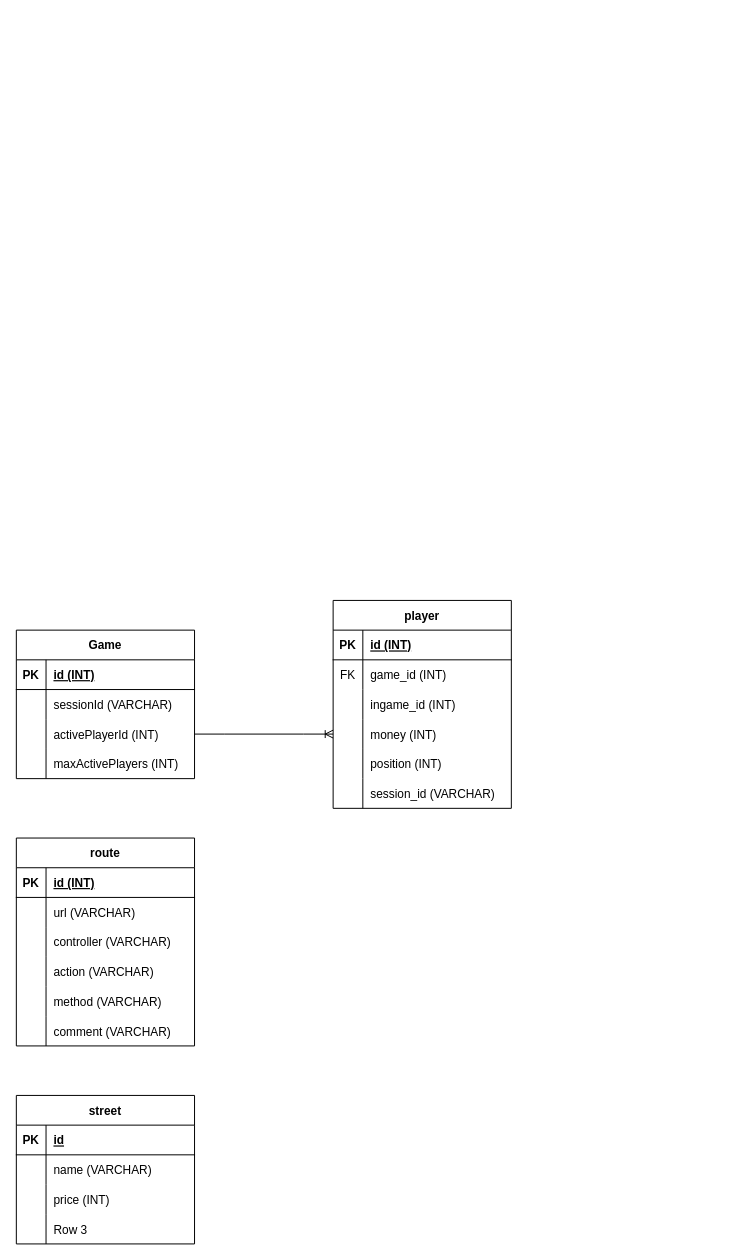
This is Doku/Datenbank.drawio from Fabi-M/GameOfThronesMonopoly, a draw.io file, before an edit. Source tidied: cells renumbered, new cells numbered last; positions are measured from the earlier drawing's top-left corner, leaving out a move shared by most shapes. Both pictures are drawn from the tidied source at 99%, with x=0, y=0 at pixel (16, 600).
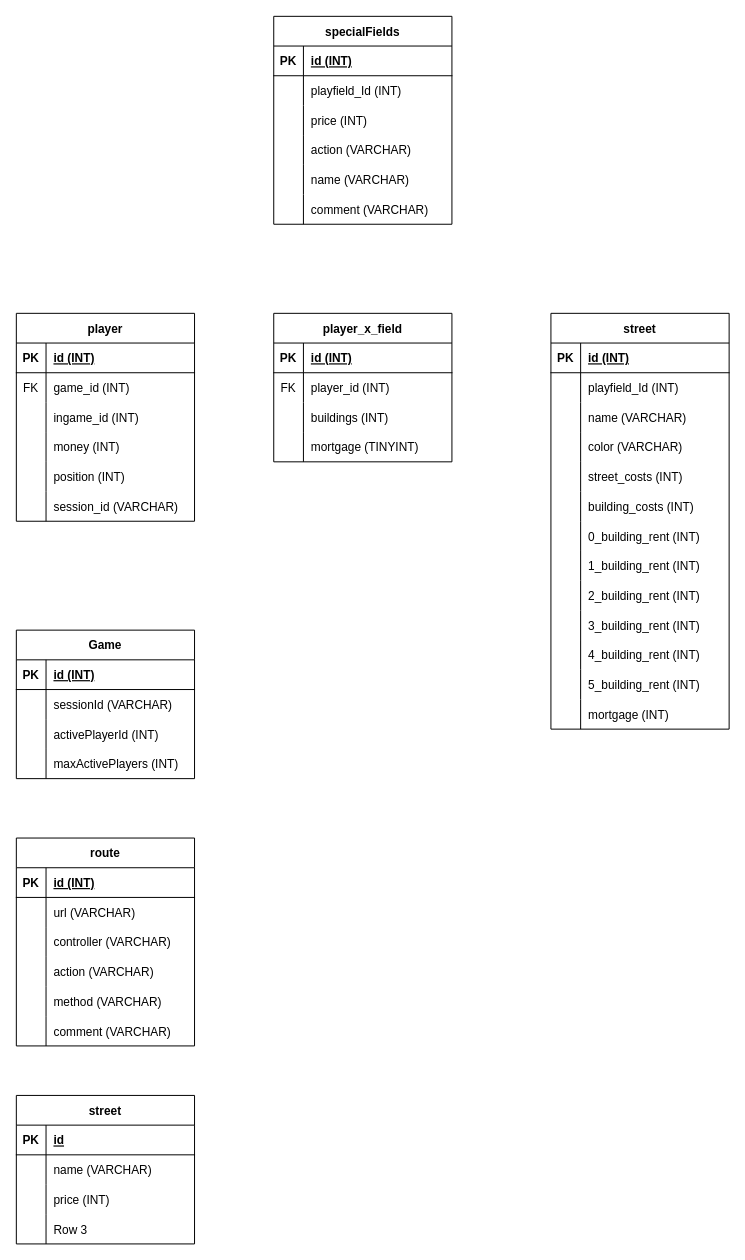
After the change.

Unchanged cells that the change refers to:
```xml
<mxCell id="9" style="shape=tableRow;horizontal=0;startSize=0;swimlaneHead=0;swimlaneBody=0;fillColor=none;points=[[0,0.5],[1,0.5]];portConstraint=eastwest;top=0;left=0;right=0;bottom=0;" parent="2" vertex="1">
  <mxGeometry y="90" width="180" height="30" as="geometry" />
</mxCell>
<mxCell id="25" style="shape=tableRow;horizontal=0;startSize=0;swimlaneHead=0;swimlaneBody=0;fillColor=none;points=[[0,0.5],[1,0.5]];portConstraint=eastwest;top=0;left=0;right=0;bottom=0;" parent="15" vertex="1">
  <mxGeometry y="120" width="180" height="30" as="geometry" />
</mxCell>
```

Change to the diagram source:
```diff
@@
     <mxCell id="15" value="player" style="shape=table;startSize=30;childLayout=tableLayout;rowLines=0;fontStyle=1;align=center;" parent="1" vertex="1">
-      <mxGeometry x="320" width="180" height="210" as="geometry" />
+      <mxGeometry y="-290" width="180" height="210" as="geometry" />
     </mxCell>
@@
-    <mxCell id="66" style="edgeStyle=entityRelationEdgeStyle;fontSize=12;html=1;endArrow=ERoneToMany;rounded=0;exitX=1;exitY=0.5;exitDx=0;exitDy=0;entryX=0;entryY=0.5;entryDx=0;entryDy=0;" parent="1" edge="1" source="9" target="25">
-      <mxGeometry relative="1" as="geometry" />
-    </mxCell>
+    <mxCell id="67" value="street" style="shape=table;startSize=30;childLayout=tableLayout;rowLines=0;fontStyle=1;align=center;" parent="1" vertex="1">
+      <mxGeometry x="540" y="-290" width="180" height="420" as="geometry" />
+    </mxCell>
+    <mxCell id="68" style="shape=tableRow;horizontal=0;startSize=0;swimlaneHead=0;swimlaneBody=0;fillColor=none;top=0;left=0;right=0;bottom=1;" parent="67" vertex="1">
+      <mxGeometry y="30" width="180" height="30" as="geometry" />
+    </mxCell>
+    <mxCell id="69" value="PK" style="shape=partialRectangle;fillColor=none;top=0;left=0;bottom=0;right=0;fontStyle=1;overflow=hidden;" parent="68" vertex="1">
+      <mxGeometry width="30" height="30" as="geometry" />
+    </mxCell>
+    <mxCell id="70" value="id (INT)" style="shape=partialRectangle;fillColor=none;top=0;left=0;bottom=0;right=0;align=left;spacingLeft=6;fontStyle=5;overflow=hidden;" parent="68" vertex="1">
+      <mxGeometry x="30" width="150" height="30" as="geometry" />
+    </mxCell>
+    <mxCell id="71" style="shape=tableRow;horizontal=0;startSize=0;swimlaneHead=0;swimlaneBody=0;fillColor=none;top=0;left=0;right=0;bottom=0;" parent="67" vertex="1">
+      <mxGeometry y="60" width="180" height="30" as="geometry" />
+    </mxCell>
+    <mxCell id="72" style="shape=partialRectangle;fillColor=none;top=0;left=0;bottom=0;right=0;overflow=hidden;" parent="71" vertex="1">
+      <mxGeometry width="30" height="30" as="geometry" />
+    </mxCell>
+    <mxCell id="73" value="playfield_Id (INT)" style="shape=partialRectangle;fillColor=none;top=0;left=0;bottom=0;right=0;align=left;spacingLeft=6;overflow=hidden;" parent="71" vertex="1">
+      <mxGeometry x="30" width="150" height="30" as="geometry" />
+    </mxCell>
+    <mxCell id="74" style="shape=tableRow;horizontal=0;startSize=0;swimlaneHead=0;swimlaneBody=0;fillColor=none;top=0;left=0;right=0;bottom=0;" parent="67" vertex="1">
+      <mxGeometry y="90" width="180" height="30" as="geometry" />
+    </mxCell>
+    <mxCell id="75" style="shape=partialRectangle;fillColor=none;top=0;left=0;bottom=0;right=0;overflow=hidden;" parent="74" vertex="1">
+      <mxGeometry width="30" height="30" as="geometry" />
+    </mxCell>
+    <mxCell id="76" value="name (VARCHAR)" style="shape=partialRectangle;fillColor=none;top=0;left=0;bottom=0;right=0;align=left;spacingLeft=6;overflow=hidden;" parent="74" vertex="1">
+      <mxGeometry x="30" width="150" height="30" as="geometry" />
+    </mxCell>
+    <mxCell id="77" style="shape=tableRow;horizontal=0;startSize=0;swimlaneHead=0;swimlaneBody=0;fillColor=none;top=0;left=0;right=0;bottom=0;" parent="67" vertex="1">
+      <mxGeometry y="120" width="180" height="30" as="geometry" />
+    </mxCell>
+    <mxCell id="78" style="shape=partialRectangle;fillColor=none;top=0;left=0;bottom=0;right=0;overflow=hidden;" parent="77" vertex="1">
+      <mxGeometry width="30" height="30" as="geometry" />
+    </mxCell>
+    <mxCell id="79" value="color (VARCHAR)" style="shape=partialRectangle;fillColor=none;top=0;left=0;bottom=0;right=0;align=left;spacingLeft=6;overflow=hidden;" parent="77" vertex="1">
+      <mxGeometry x="30" width="150" height="30" as="geometry" />
+    </mxCell>
+    <mxCell id="80" style="shape=tableRow;horizontal=0;startSize=0;swimlaneHead=0;swimlaneBody=0;fillColor=none;top=0;left=0;right=0;bottom=0;" parent="67" vertex="1">
+      <mxGeometry y="150" width="180" height="30" as="geometry" />
+    </mxCell>
+    <mxCell id="81" style="shape=partialRectangle;fillColor=none;top=0;left=0;bottom=0;right=0;overflow=hidden;" parent="80" vertex="1">
+      <mxGeometry width="30" height="30" as="geometry" />
+    </mxCell>
+    <mxCell id="82" value="street_costs (INT)" style="shape=partialRectangle;fillColor=none;top=0;left=0;bottom=0;right=0;align=left;spacingLeft=6;overflow=hidden;" parent="80" vertex="1">
+      <mxGeometry x="30" width="150" height="30" as="geometry" />
+    </mxCell>
+    <mxCell id="83" style="shape=tableRow;horizontal=0;startSize=0;swimlaneHead=0;swimlaneBody=0;fillColor=none;top=0;left=0;right=0;bottom=0;" parent="67" vertex="1">
+      <mxGeometry y="180" width="180" height="30" as="geometry" />
+    </mxCell>
+    <mxCell id="84" style="shape=partialRectangle;fillColor=none;top=0;left=0;bottom=0;right=0;overflow=hidden;" parent="83" vertex="1">
+      <mxGeometry width="30" height="30" as="geometry" />
+    </mxCell>
+    <mxCell id="85" value="building_costs (INT)" style="shape=partialRectangle;fillColor=none;top=0;left=0;bottom=0;right=0;align=left;spacingLeft=6;overflow=hidden;" parent="83" vertex="1">
+      <mxGeometry x="30" width="150" height="30" as="geometry" />
+    </mxCell>
+    <mxCell id="86" style="shape=tableRow;horizontal=0;startSize=0;swimlaneHead=0;swimlaneBody=0;fillColor=none;top=0;left=0;right=0;bottom=0;" parent="67" vertex="1">
+      <mxGeometry y="210" width="180" height="30" as="geometry" />
+    </mxCell>
+    <mxCell id="87" style="shape=partialRectangle;fillColor=none;top=0;left=0;bottom=0;right=0;overflow=hidden;" parent="86" vertex="1">
+      <mxGeometry width="30" height="30" as="geometry" />
+    </mxCell>
+    <mxCell id="88" value="0_building_rent (INT)" style="shape=partialRectangle;fillColor=none;top=0;left=0;bottom=0;right=0;align=left;spacingLeft=6;overflow=hidden;" parent="86" vertex="1">
+      <mxGeometry x="30" width="150" height="30" as="geometry" />
+    </mxCell>
+    <mxCell id="89" style="shape=tableRow;horizontal=0;startSize=0;swimlaneHead=0;swimlaneBody=0;fillColor=none;top=0;left=0;right=0;bottom=0;" parent="67" vertex="1">
+      <mxGeometry y="240" width="180" height="30" as="geometry" />
+    </mxCell>
+    <mxCell id="90" style="shape=partialRectangle;fillColor=none;top=0;left=0;bottom=0;right=0;overflow=hidden;" parent="89" vertex="1">
+      <mxGeometry width="30" height="30" as="geometry" />
+    </mxCell>
+    <mxCell id="91" value="1_building_rent (INT)" style="shape=partialRectangle;fillColor=none;top=0;left=0;bottom=0;right=0;align=left;spacingLeft=6;overflow=hidden;" parent="89" vertex="1">
+      <mxGeometry x="30" width="150" height="30" as="geometry" />
+    </mxCell>
+    <mxCell id="92" style="shape=tableRow;horizontal=0;startSize=0;swimlaneHead=0;swimlaneBody=0;fillColor=none;top=0;left=0;right=0;bottom=0;" parent="67" vertex="1">
+      <mxGeometry y="270" width="180" height="30" as="geometry" />
+    </mxCell>
+    <mxCell id="93" style="shape=partialRectangle;fillColor=none;top=0;left=0;bottom=0;right=0;overflow=hidden;" parent="92" vertex="1">
+      <mxGeometry width="30" height="30" as="geometry" />
+    </mxCell>
+    <mxCell id="94" value="2_building_rent (INT)" style="shape=partialRectangle;fillColor=none;top=0;left=0;bottom=0;right=0;align=left;spacingLeft=6;overflow=hidden;" parent="92" vertex="1">
+      <mxGeometry x="30" width="150" height="30" as="geometry" />
+    </mxCell>
+    <mxCell id="95" style="shape=tableRow;horizontal=0;startSize=0;swimlaneHead=0;swimlaneBody=0;fillColor=none;top=0;left=0;right=0;bottom=0;" parent="67" vertex="1">
+      <mxGeometry y="300" width="180" height="30" as="geometry" />
+    </mxCell>
+    <mxCell id="96" style="shape=partialRectangle;fillColor=none;top=0;left=0;bottom=0;right=0;overflow=hidden;" parent="95" vertex="1">
+      <mxGeometry width="30" height="30" as="geometry" />
+    </mxCell>
+    <mxCell id="97" value="3_building_rent (INT)" style="shape=partialRectangle;fillColor=none;top=0;left=0;bottom=0;right=0;align=left;spacingLeft=6;overflow=hidden;" parent="95" vertex="1">
+      <mxGeometry x="30" width="150" height="30" as="geometry" />
+    </mxCell>
+    <mxCell id="98" style="shape=tableRow;horizontal=0;startSize=0;swimlaneHead=0;swimlaneBody=0;fillColor=none;top=0;left=0;right=0;bottom=0;" parent="67" vertex="1">
+      <mxGeometry y="330" width="180" height="30" as="geometry" />
+    </mxCell>
+    <mxCell id="99" style="shape=partialRectangle;fillColor=none;top=0;left=0;bottom=0;right=0;overflow=hidden;" parent="98" vertex="1">
+      <mxGeometry width="30" height="30" as="geometry" />
+    </mxCell>
+    <mxCell id="100" value="4_building_rent (INT)" style="shape=partialRectangle;fillColor=none;top=0;left=0;bottom=0;right=0;align=left;spacingLeft=6;overflow=hidden;" parent="98" vertex="1">
+      <mxGeometry x="30" width="150" height="30" as="geometry" />
+    </mxCell>
+    <mxCell id="101" style="shape=tableRow;horizontal=0;startSize=0;swimlaneHead=0;swimlaneBody=0;fillColor=none;top=0;left=0;right=0;bottom=0;" parent="67" vertex="1">
+      <mxGeometry y="360" width="180" height="30" as="geometry" />
+    </mxCell>
+    <mxCell id="102" style="shape=partialRectangle;fillColor=none;top=0;left=0;bottom=0;right=0;overflow=hidden;" parent="101" vertex="1">
+      <mxGeometry width="30" height="30" as="geometry" />
+    </mxCell>
+    <mxCell id="103" value="5_building_rent (INT)" style="shape=partialRectangle;fillColor=none;top=0;left=0;bottom=0;right=0;align=left;spacingLeft=6;overflow=hidden;" parent="101" vertex="1">
+      <mxGeometry x="30" width="150" height="30" as="geometry" />
+    </mxCell>
+    <mxCell id="104" style="shape=tableRow;horizontal=0;startSize=0;swimlaneHead=0;swimlaneBody=0;fillColor=none;top=0;left=0;right=0;bottom=0;" parent="67" vertex="1">
+      <mxGeometry y="390" width="180" height="30" as="geometry" />
+    </mxCell>
+    <mxCell id="105" style="shape=partialRectangle;fillColor=none;top=0;left=0;bottom=0;right=0;overflow=hidden;" parent="104" vertex="1">
+      <mxGeometry width="30" height="30" as="geometry" />
+    </mxCell>
+    <mxCell id="106" value="mortgage (INT)" style="shape=partialRectangle;fillColor=none;top=0;left=0;bottom=0;right=0;align=left;spacingLeft=6;overflow=hidden;" parent="104" vertex="1">
+      <mxGeometry x="30" width="150" height="30" as="geometry" />
+    </mxCell>
+    <mxCell id="107" value="player_x_field" style="shape=table;startSize=30;childLayout=tableLayout;rowLines=0;fontStyle=1;align=center;" parent="1" vertex="1">
+      <mxGeometry x="260" y="-290" width="180" height="150" as="geometry" />
+    </mxCell>
+    <mxCell id="108" style="shape=tableRow;horizontal=0;startSize=0;swimlaneHead=0;swimlaneBody=0;fillColor=none;top=0;left=0;right=0;bottom=1;" parent="107" vertex="1">
+      <mxGeometry y="30" width="180" height="30" as="geometry" />
+    </mxCell>
+    <mxCell id="109" value="PK" style="shape=partialRectangle;fillColor=none;top=0;left=0;bottom=0;right=0;fontStyle=1;overflow=hidden;" parent="108" vertex="1">
+      <mxGeometry width="30" height="30" as="geometry" />
+    </mxCell>
+    <mxCell id="110" value="id (INT)" style="shape=partialRectangle;fillColor=none;top=0;left=0;bottom=0;right=0;align=left;spacingLeft=6;fontStyle=5;overflow=hidden;" parent="108" vertex="1">
+      <mxGeometry x="30" width="150" height="30" as="geometry" />
+    </mxCell>
+    <mxCell id="111" style="shape=tableRow;horizontal=0;startSize=0;swimlaneHead=0;swimlaneBody=0;fillColor=none;top=0;left=0;right=0;bottom=0;" parent="107" vertex="1">
+      <mxGeometry y="60" width="180" height="30" as="geometry" />
+    </mxCell>
+    <mxCell id="112" value="FK" style="shape=partialRectangle;fillColor=none;top=0;left=0;bottom=0;right=0;overflow=hidden;" parent="111" vertex="1">
+      <mxGeometry width="30" height="30" as="geometry" />
+    </mxCell>
+    <mxCell id="113" value="player_id (INT)" style="shape=partialRectangle;fillColor=none;top=0;left=0;bottom=0;right=0;align=left;spacingLeft=6;overflow=hidden;" parent="111" vertex="1">
+      <mxGeometry x="30" width="150" height="30" as="geometry" />
+    </mxCell>
+    <mxCell id="114" style="shape=tableRow;horizontal=0;startSize=0;swimlaneHead=0;swimlaneBody=0;fillColor=none;top=0;left=0;right=0;bottom=0;" parent="107" vertex="1">
+      <mxGeometry y="90" width="180" height="30" as="geometry" />
+    </mxCell>
+    <mxCell id="115" style="shape=partialRectangle;fillColor=none;top=0;left=0;bottom=0;right=0;overflow=hidden;" parent="114" vertex="1">
+      <mxGeometry width="30" height="30" as="geometry" />
+    </mxCell>
+    <mxCell id="116" value="buildings (INT)" style="shape=partialRectangle;fillColor=none;top=0;left=0;bottom=0;right=0;align=left;spacingLeft=6;overflow=hidden;" parent="114" vertex="1">
+      <mxGeometry x="30" width="150" height="30" as="geometry" />
+    </mxCell>
+    <mxCell id="117" style="shape=tableRow;horizontal=0;startSize=0;swimlaneHead=0;swimlaneBody=0;fillColor=none;top=0;left=0;right=0;bottom=0;" parent="107" vertex="1">
+      <mxGeometry y="120" width="180" height="30" as="geometry" />
+    </mxCell>
+    <mxCell id="118" style="shape=partialRectangle;fillColor=none;top=0;left=0;bottom=0;right=0;overflow=hidden;" parent="117" vertex="1">
+      <mxGeometry width="30" height="30" as="geometry" />
+    </mxCell>
+    <mxCell id="119" value="mortgage (TINYINT)" style="shape=partialRectangle;fillColor=none;top=0;left=0;bottom=0;right=0;align=left;spacingLeft=6;overflow=hidden;" parent="117" vertex="1">
+      <mxGeometry x="30" width="150" height="30" as="geometry" />
+    </mxCell>
+    <mxCell id="120" value="specialFields" style="shape=table;startSize=30;childLayout=tableLayout;rowLines=0;fontStyle=1;align=center;" parent="1" vertex="1">
+      <mxGeometry x="260" y="-590" width="180" height="210" as="geometry" />
+    </mxCell>
+    <mxCell id="121" style="shape=tableRow;horizontal=0;startSize=0;swimlaneHead=0;swimlaneBody=0;fillColor=none;top=0;left=0;right=0;bottom=1;" parent="120" vertex="1">
+      <mxGeometry y="30" width="180" height="30" as="geometry" />
+    </mxCell>
+    <mxCell id="122" value="PK" style="shape=partialRectangle;fillColor=none;top=0;left=0;bottom=0;right=0;fontStyle=1;overflow=hidden;" parent="121" vertex="1">
+      <mxGeometry width="30" height="30" as="geometry" />
+    </mxCell>
+    <mxCell id="123" value="id (INT)" style="shape=partialRectangle;fillColor=none;top=0;left=0;bottom=0;right=0;align=left;spacingLeft=6;fontStyle=5;overflow=hidden;" parent="121" vertex="1">
+      <mxGeometry x="30" width="150" height="30" as="geometry" />
+    </mxCell>
+    <mxCell id="124" style="shape=tableRow;horizontal=0;startSize=0;swimlaneHead=0;swimlaneBody=0;fillColor=none;top=0;left=0;right=0;bottom=0;" parent="120" vertex="1">
+      <mxGeometry y="60" width="180" height="30" as="geometry" />
+    </mxCell>
+    <mxCell id="125" style="shape=partialRectangle;fillColor=none;top=0;left=0;bottom=0;right=0;overflow=hidden;" parent="124" vertex="1">
+      <mxGeometry width="30" height="30" as="geometry" />
+    </mxCell>
+    <mxCell id="126" value="playfield_Id (INT)" style="shape=partialRectangle;fillColor=none;top=0;left=0;bottom=0;right=0;align=left;spacingLeft=6;overflow=hidden;" parent="124" vertex="1">
+      <mxGeometry x="30" width="150" height="30" as="geometry" />
+    </mxCell>
+    <mxCell id="127" style="shape=tableRow;horizontal=0;startSize=0;swimlaneHead=0;swimlaneBody=0;fillColor=none;top=0;left=0;right=0;bottom=0;" parent="120" vertex="1">
+      <mxGeometry y="90" width="180" height="30" as="geometry" />
+    </mxCell>
+    <mxCell id="128" style="shape=partialRectangle;fillColor=none;top=0;left=0;bottom=0;right=0;overflow=hidden;" parent="127" vertex="1">
+      <mxGeometry width="30" height="30" as="geometry" />
+    </mxCell>
+    <mxCell id="129" value="price (INT)" style="shape=partialRectangle;fillColor=none;top=0;left=0;bottom=0;right=0;align=left;spacingLeft=6;overflow=hidden;" parent="127" vertex="1">
+      <mxGeometry x="30" width="150" height="30" as="geometry" />
+    </mxCell>
+    <mxCell id="130" style="shape=tableRow;horizontal=0;startSize=0;swimlaneHead=0;swimlaneBody=0;fillColor=none;top=0;left=0;right=0;bottom=0;" parent="120" vertex="1">
+      <mxGeometry y="120" width="180" height="30" as="geometry" />
+    </mxCell>
+    <mxCell id="131" style="shape=partialRectangle;fillColor=none;top=0;left=0;bottom=0;right=0;overflow=hidden;" parent="130" vertex="1">
+      <mxGeometry width="30" height="30" as="geometry" />
+    </mxCell>
+    <mxCell id="132" value="action (VARCHAR)" style="shape=partialRectangle;fillColor=none;top=0;left=0;bottom=0;right=0;align=left;spacingLeft=6;overflow=hidden;" parent="130" vertex="1">
+      <mxGeometry x="30" width="150" height="30" as="geometry" />
+    </mxCell>
+    <mxCell id="133" style="shape=tableRow;horizontal=0;startSize=0;swimlaneHead=0;swimlaneBody=0;fillColor=none;top=0;left=0;right=0;bottom=0;" parent="120" vertex="1">
+      <mxGeometry y="150" width="180" height="30" as="geometry" />
+    </mxCell>
+    <mxCell id="134" style="shape=partialRectangle;fillColor=none;top=0;left=0;bottom=0;right=0;overflow=hidden;" parent="133" vertex="1">
+      <mxGeometry width="30" height="30" as="geometry" />
+    </mxCell>
+    <mxCell id="135" value="name (VARCHAR)" style="shape=partialRectangle;fillColor=none;top=0;left=0;bottom=0;right=0;align=left;spacingLeft=6;overflow=hidden;" parent="133" vertex="1">
+      <mxGeometry x="30" width="150" height="30" as="geometry" />
+    </mxCell>
+    <mxCell id="136" style="shape=tableRow;horizontal=0;startSize=0;swimlaneHead=0;swimlaneBody=0;fillColor=none;top=0;left=0;right=0;bottom=0;" parent="120" vertex="1">
+      <mxGeometry y="180" width="180" height="30" as="geometry" />
+    </mxCell>
+    <mxCell id="137" style="shape=partialRectangle;fillColor=none;top=0;left=0;bottom=0;right=0;overflow=hidden;" parent="136" vertex="1">
+      <mxGeometry width="30" height="30" as="geometry" />
+    </mxCell>
+    <mxCell id="138" value="comment (VARCHAR)" style="shape=partialRectangle;fillColor=none;top=0;left=0;bottom=0;right=0;align=left;spacingLeft=6;overflow=hidden;" parent="136" vertex="1">
+      <mxGeometry x="30" width="150" height="30" as="geometry" />
+    </mxCell>
```
